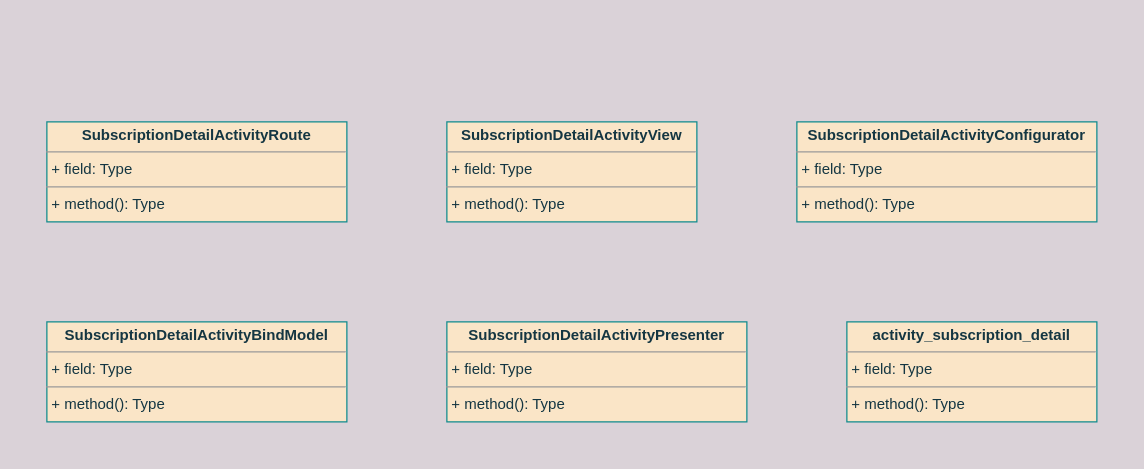
Before: UNI-16882.drawio in ShiryaevNikolay/diagrams, a draw.io diagram. Source tidied: cells renumbered, new cells numbered last; positions are measured from the earlier drawing's top-left corner, leaving out a move shared by most shapes. Both pictures are drawn from the tidied source at 125%, with x=0, y=0 at pixel (46, 121).
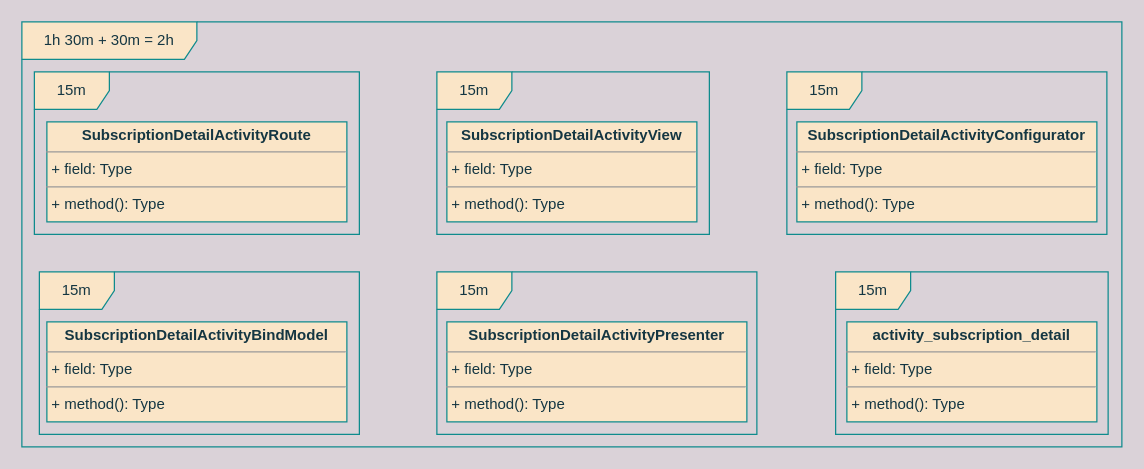
The same diagram, later.

Change to the diagram source:
```diff
@@
 <mxGraphModel background="#DAD2D8">
   <root>
     <mxCell id="0" />
     <mxCell id="1" parent="0" />
     <mxCell id="2" value="&lt;p style=&quot;margin:0px;margin-top:4px;text-align:center;&quot;&gt;&lt;b&gt;SubscriptionDetailActivityView&lt;/b&gt;&lt;/p&gt;&lt;hr size=&quot;1&quot;&gt;&lt;p style=&quot;margin:0px;margin-left:4px;&quot;&gt;+ field: Type&lt;/p&gt;&lt;hr size=&quot;1&quot;&gt;&lt;p style=&quot;margin:0px;margin-left:4px;&quot;&gt;+ method(): Type&lt;/p&gt;" style="verticalAlign=top;align=left;overflow=fill;fontSize=12;fontFamily=Helvetica;html=1;rounded=0;sketch=0;fontColor=#143642;strokeColor=#0F8B8D;fillColor=#FAE5C7;" parent="1" vertex="1">
       <mxGeometry x="320" width="200" height="80" as="geometry" />
     </mxCell>
     <mxCell id="3" value="&lt;p style=&quot;margin:0px;margin-top:4px;text-align:center;&quot;&gt;&lt;b&gt;SubscriptionDetailActivityRoute&lt;/b&gt;&lt;/p&gt;&lt;hr size=&quot;1&quot;&gt;&lt;p style=&quot;margin:0px;margin-left:4px;&quot;&gt;+ field: Type&lt;/p&gt;&lt;hr size=&quot;1&quot;&gt;&lt;p style=&quot;margin:0px;margin-left:4px;&quot;&gt;+ method(): Type&lt;/p&gt;" style="verticalAlign=top;align=left;overflow=fill;fontSize=12;fontFamily=Helvetica;html=1;rounded=0;sketch=0;fontColor=#143642;strokeColor=#0F8B8D;fillColor=#FAE5C7;" parent="1" vertex="1">
       <mxGeometry width="240" height="80" as="geometry" />
     </mxCell>
     <mxCell id="4" value="&lt;p style=&quot;margin:0px;margin-top:4px;text-align:center;&quot;&gt;&lt;b&gt;SubscriptionDetailActivityBindModel&lt;/b&gt;&lt;/p&gt;&lt;hr size=&quot;1&quot;&gt;&lt;p style=&quot;margin:0px;margin-left:4px;&quot;&gt;+ field: Type&lt;/p&gt;&lt;hr size=&quot;1&quot;&gt;&lt;p style=&quot;margin:0px;margin-left:4px;&quot;&gt;+ method(): Type&lt;/p&gt;" style="verticalAlign=top;align=left;overflow=fill;fontSize=12;fontFamily=Helvetica;html=1;rounded=0;sketch=0;fontColor=#143642;strokeColor=#0F8B8D;fillColor=#FAE5C7;" parent="1" vertex="1">
       <mxGeometry y="160" width="240" height="80" as="geometry" />
     </mxCell>
     <mxCell id="5" value="&lt;p style=&quot;margin:0px;margin-top:4px;text-align:center;&quot;&gt;&lt;b&gt;SubscriptionDetailActivityPresenter&lt;/b&gt;&lt;/p&gt;&lt;hr size=&quot;1&quot;&gt;&lt;p style=&quot;margin:0px;margin-left:4px;&quot;&gt;+ field: Type&lt;/p&gt;&lt;hr size=&quot;1&quot;&gt;&lt;p style=&quot;margin:0px;margin-left:4px;&quot;&gt;+ method(): Type&lt;/p&gt;" style="verticalAlign=top;align=left;overflow=fill;fontSize=12;fontFamily=Helvetica;html=1;rounded=0;sketch=0;fontColor=#143642;strokeColor=#0F8B8D;fillColor=#FAE5C7;" parent="1" vertex="1">
       <mxGeometry x="320" y="160" width="240" height="80" as="geometry" />
     </mxCell>
     <mxCell id="6" value="&lt;p style=&quot;margin:0px;margin-top:4px;text-align:center;&quot;&gt;&lt;b&gt;SubscriptionDetailActivityConfigurator&lt;/b&gt;&lt;/p&gt;&lt;hr size=&quot;1&quot;&gt;&lt;p style=&quot;margin:0px;margin-left:4px;&quot;&gt;+ field: Type&lt;/p&gt;&lt;hr size=&quot;1&quot;&gt;&lt;p style=&quot;margin:0px;margin-left:4px;&quot;&gt;+ method(): Type&lt;/p&gt;" style="verticalAlign=top;align=left;overflow=fill;fontSize=12;fontFamily=Helvetica;html=1;rounded=0;sketch=0;fontColor=#143642;strokeColor=#0F8B8D;fillColor=#FAE5C7;" parent="1" vertex="1">
       <mxGeometry x="600" width="240" height="80" as="geometry" />
     </mxCell>
     <mxCell id="7" value="&lt;p style=&quot;margin:0px;margin-top:4px;text-align:center;&quot;&gt;&lt;b&gt;activity_subscription_detail&lt;/b&gt;&lt;/p&gt;&lt;hr size=&quot;1&quot;&gt;&lt;p style=&quot;margin:0px;margin-left:4px;&quot;&gt;+ field: Type&lt;/p&gt;&lt;hr size=&quot;1&quot;&gt;&lt;p style=&quot;margin:0px;margin-left:4px;&quot;&gt;+ method(): Type&lt;/p&gt;" style="verticalAlign=top;align=left;overflow=fill;fontSize=12;fontFamily=Helvetica;html=1;rounded=0;sketch=0;fontColor=#143642;strokeColor=#0F8B8D;fillColor=#FAE5C7;" parent="1" vertex="1">
       <mxGeometry x="640" y="160" width="200" height="80" as="geometry" />
     </mxCell>
+    <mxCell id="8" value="15m" style="shape=umlFrame;whiteSpace=wrap;html=1;rounded=0;sketch=0;fontColor=#143642;strokeColor=#0F8B8D;fillColor=#FAE5C7;" parent="1" vertex="1">
+      <mxGeometry x="-10" y="-40" width="260" height="130" as="geometry" />
+    </mxCell>
+    <mxCell id="9" value="15m" style="shape=umlFrame;whiteSpace=wrap;html=1;rounded=0;sketch=0;fontColor=#143642;strokeColor=#0F8B8D;fillColor=#FAE5C7;" parent="1" vertex="1">
+      <mxGeometry x="-6" y="120" width="256" height="130" as="geometry" />
+    </mxCell>
+    <mxCell id="10" value="15m" style="shape=umlFrame;whiteSpace=wrap;html=1;rounded=0;sketch=0;fontColor=#143642;strokeColor=#0F8B8D;fillColor=#FAE5C7;" parent="1" vertex="1">
+      <mxGeometry x="312" y="-40" width="218" height="130" as="geometry" />
+    </mxCell>
+    <mxCell id="11" value="15m" style="shape=umlFrame;whiteSpace=wrap;html=1;rounded=0;sketch=0;fontColor=#143642;strokeColor=#0F8B8D;fillColor=#FAE5C7;" parent="1" vertex="1">
+      <mxGeometry x="312" y="120" width="256" height="130" as="geometry" />
+    </mxCell>
+    <mxCell id="12" value="15m" style="shape=umlFrame;whiteSpace=wrap;html=1;rounded=0;sketch=0;fontColor=#143642;strokeColor=#0F8B8D;fillColor=#FAE5C7;" parent="1" vertex="1">
+      <mxGeometry x="592" y="-40" width="256" height="130" as="geometry" />
+    </mxCell>
+    <mxCell id="13" value="15m" style="shape=umlFrame;whiteSpace=wrap;html=1;rounded=0;sketch=0;fontColor=#143642;strokeColor=#0F8B8D;fillColor=#FAE5C7;" parent="1" vertex="1">
+      <mxGeometry x="631" y="120" width="218" height="130" as="geometry" />
+    </mxCell>
+    <mxCell id="14" value="1h 30m + 30m = 2h" style="shape=umlFrame;whiteSpace=wrap;html=1;rounded=0;sketch=0;fontColor=#143642;strokeColor=#0F8B8D;fillColor=#FAE5C7;width=140;height=30;" parent="1" vertex="1">
+      <mxGeometry x="-20" y="-80" width="880" height="340" as="geometry" />
+    </mxCell>
   </root>
 </mxGraphModel>
```
